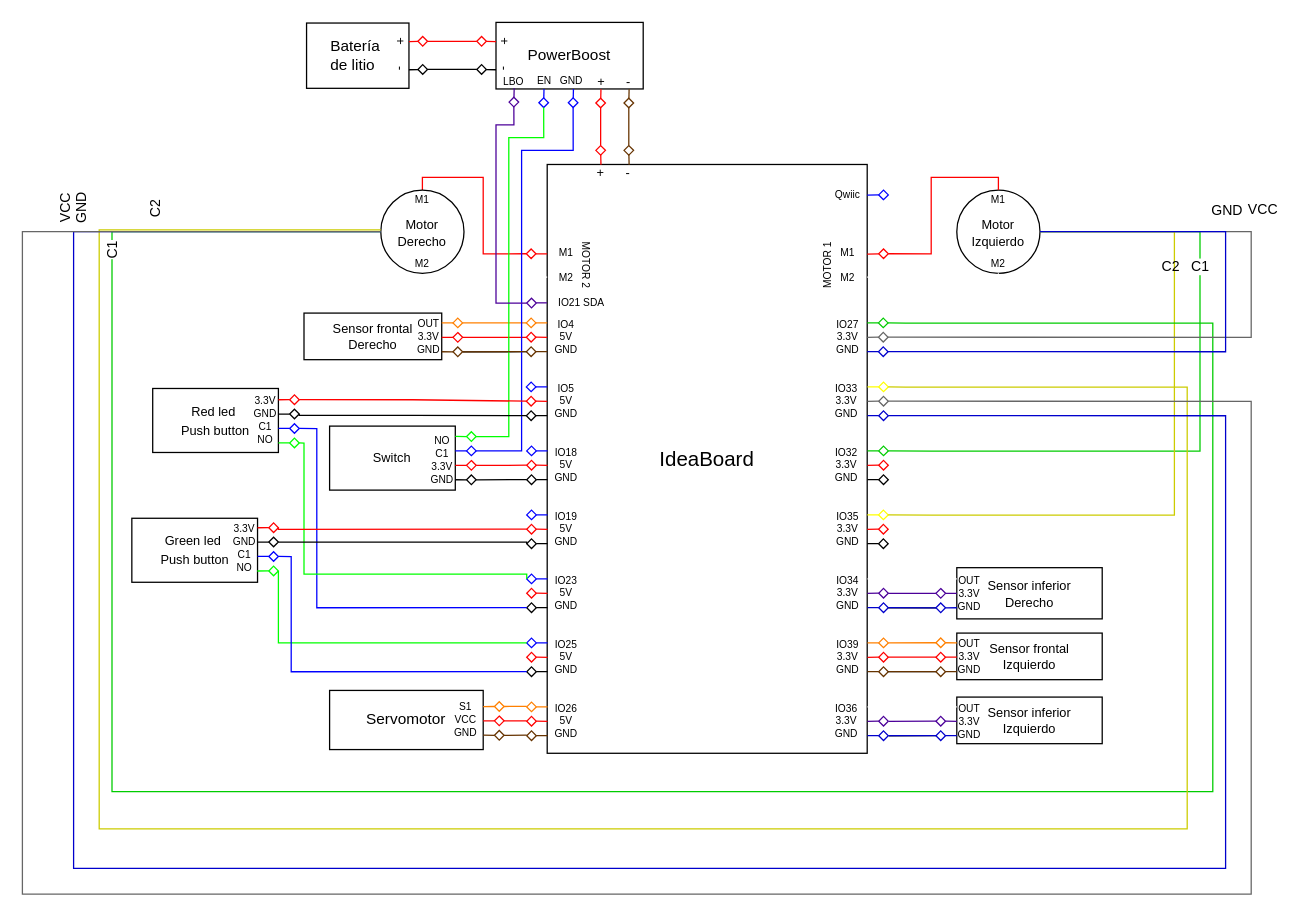
jcbrenes/Atta-Bot-STEM keeps this draw.io diagram as Docs/Diagrama_electrico_PFG.drawio.xml. Above is the earlier version. Source tidied: cells renumbered, new cells numbered last; positions are measured from the earlier drawing's top-left corner, leaving out a move shared by most shapes. Both pictures are drawn from the tidied source at 128%, with x=0, y=0 at pixel (22, -4).
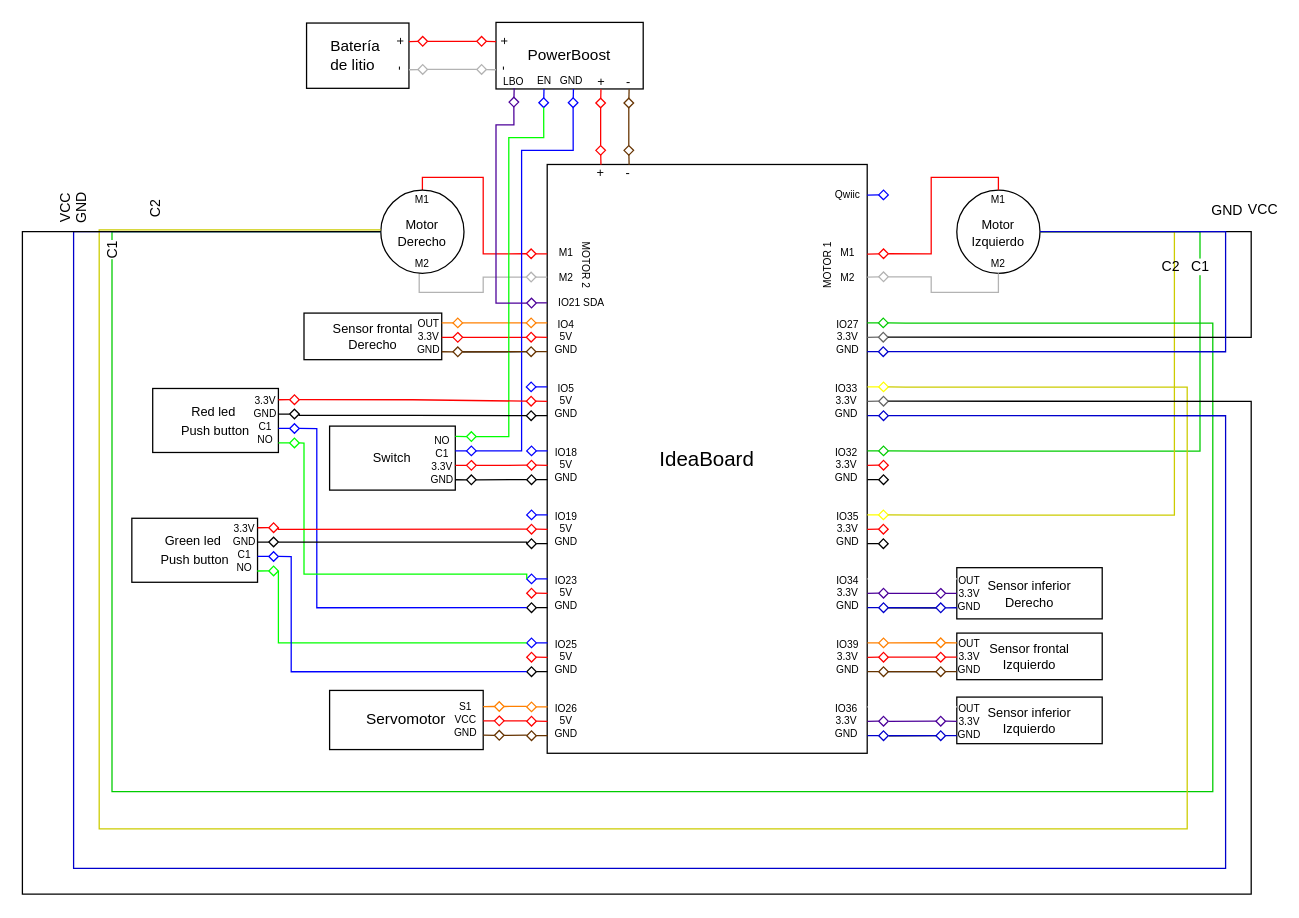
Above is the later version.

Commit message:
Corrección diagrama 3.0

The change refers to these unchanged cells:
```xml
<mxCell id="46" style="group;rotation=90;" parent="1" vertex="1">
  <mxGeometry x="317" width="37.5" height="92.6" as="geometry" />
</mxCell>
<mxCell id="49" style="group;rotation=90;" parent="46" vertex="1">
  <mxGeometry x="18" y="26" width="29.5" height="40" as="geometry" />
</mxCell>
<mxCell id="54" style="group;rotation=90;" parent="46" vertex="1">
  <mxGeometry x="-21" y="37" width="29.5" height="18" as="geometry" />
</mxCell>
<mxCell id="61" style="group;" parent="1" vertex="1">
  <mxGeometry x="660" y="197" width="16.5" height="25.5" as="geometry" />
</mxCell>
<mxCell id="121" style="rhombus;strokeColor=#666666;" parent="118" vertex="1">
  <mxGeometry x="8.8" y="11.2" width="7.5" height="7.5" as="geometry" />
</mxCell>
<mxCell id="128" style="rhombus;strokeColor=#666666;" parent="125" vertex="1">
  <mxGeometry x="8.8" y="11.2" width="7.5" height="7.5" as="geometry" />
</mxCell>
<mxCell id="168" style="group;" parent="1" vertex="1">
  <mxGeometry x="393.7" y="197" width="16.3" height="25.8" as="geometry" />
</mxCell>
<mxCell id="175" value="&lt;font style=&quot;font-size: 10px;&quot;&gt;Motor&lt;/font&gt;&lt;div style=&quot;font-size: 10px;&quot;&gt;&lt;font style=&quot;font-size: 10px;&quot;&gt;Derecho&lt;/font&gt;&lt;/div&gt;" style="ellipse;whiteSpace=wrap;html=1;" parent="174" vertex="1">
  <mxGeometry width="65" height="65" as="geometry" />
</mxCell>
<mxCell id="178" value="&lt;font style=&quot;font-size: 10px;&quot;&gt;Motor&lt;/font&gt;&lt;div style=&quot;font-size: 10px;&quot;&gt;&lt;font style=&quot;font-size: 10px;&quot;&gt;Izquierdo&lt;/font&gt;&lt;/div&gt;" style="ellipse;whiteSpace=wrap;html=1;" parent="177" vertex="1">
  <mxGeometry width="65" height="65" as="geometry" />
</mxCell>
```

The edit, as a diff of the source:
```diff
@@
-    <mxCell id="52" style="rhombus;rotation=0;" parent="49" vertex="1">
+    <mxCell id="52" style="rhombus;rotation=0;strokeColor=#B3B3B3;" parent="49" vertex="1">
       <mxGeometry x="20" y="27" width="7.5" height="7.5" as="geometry" />
     </mxCell>
-    <mxCell id="53" style="endArrow=none;html=1;rounded=0;align=center;verticalAlign=bottom;labelBackgroundColor=none;" parent="49" edge="1" source="52">
+    <mxCell id="53" style="endArrow=none;html=1;rounded=0;align=center;verticalAlign=bottom;labelBackgroundColor=none;strokeColor=#B3B3B3;" parent="49" edge="1" source="52">
       <mxGeometry relative="1" as="geometry">
         <mxPoint x="35" y="31" as="targetPoint" />
       </mxGeometry>
     </mxCell>
@@
-    <mxCell id="57" style="rhombus;rotation=0;" parent="54" vertex="1">
+    <mxCell id="57" style="rhombus;rotation=0;strokeColor=#B3B3B3;" parent="54" vertex="1">
       <mxGeometry x="13" y="16" width="7.5" height="7.5" as="geometry" />
     </mxCell>
-    <mxCell id="58" style="endArrow=none;html=1;rounded=0;align=center;verticalAlign=bottom;labelBackgroundColor=none;" parent="54" edge="1" target="57">
+    <mxCell id="58" style="endArrow=none;html=1;rounded=0;align=center;verticalAlign=bottom;labelBackgroundColor=none;strokeColor=#B3B3B3;" parent="54" edge="1" target="57">
       <mxGeometry relative="1" as="geometry">
         <mxPoint x="6" y="20" as="sourcePoint" />
       </mxGeometry>
     </mxCell>
@@
-    <mxCell id="60" style="endArrow=none;html=1;rounded=0;align=center;verticalAlign=bottom;labelBackgroundColor=none;exitX=1;exitY=0.5;exitDx=0;exitDy=0;" parent="46" edge="1" source="57" target="52">
+    <mxCell id="60" style="endArrow=none;html=1;rounded=0;align=center;verticalAlign=bottom;labelBackgroundColor=none;exitX=1;exitY=0.5;exitDx=0;exitDy=0;strokeColor=#B3B3B3;" parent="46" edge="1" source="57" target="52">
       <mxGeometry relative="1" as="geometry" />
     </mxCell>
@@
-    <mxCell id="62" style="rhombus;strokeColor=light-dark(#FFFFFF,#FFFFFF);rotation=-180;" parent="61" vertex="1">
+    <mxCell id="62" style="rhombus;strokeColor=#B3B3B3;rotation=-180;" parent="61" vertex="1">
       <mxGeometry x="9" y="18" width="7.5" height="7.5" as="geometry" />
     </mxCell>
-    <mxCell id="63" style="endArrow=none;html=1;rounded=0;align=center;verticalAlign=bottom;labelBackgroundColor=none;strokeColor=light-dark(#FFFFFF,#FFFFFF);" parent="61" edge="1" source="62">
+    <mxCell id="63" style="endArrow=none;html=1;rounded=0;align=center;verticalAlign=bottom;labelBackgroundColor=none;strokeColor=#B3B3B3;" parent="61" edge="1" source="62">
       <mxGeometry relative="1" as="geometry">
         <mxPoint y="22" as="targetPoint" />
       </mxGeometry>
     </mxCell>
@@
-    <mxCell id="167" style="edgeStyle=orthogonalEdgeStyle;rounded=0;jettySize=auto;html=1;entryX=0;entryY=0.5;entryDx=0;entryDy=0;endArrow=none;endFill=0;strokeColor=light-dark(#FFFFFF,#FFFFFF);exitX=0.5;exitY=1;exitDx=0;exitDy=0;" parent="1" edge="1" source="175" target="171">
+    <mxCell id="167" style="edgeStyle=orthogonalEdgeStyle;rounded=0;jettySize=auto;html=1;entryX=0;entryY=0.5;entryDx=0;entryDy=0;endArrow=none;endFill=0;strokeColor=#B3B3B3;exitX=0.5;exitY=1;exitDx=0;exitDy=0;" parent="1" edge="1" source="175" target="171">
       <mxGeometry relative="1" as="geometry">
         <Array as="points">
           <mxPoint x="310" y="216" />
           <mxPoint x="310" y="231" />
           <mxPoint x="360" y="231" />
           <mxPoint x="360" y="219" />
         </Array>
       </mxGeometry>
     </mxCell>
@@
-    <mxCell id="171" style="rhombus;strokeColor=light-dark(#FFFFFF,#FFFFFF);" parent="168" vertex="1">
+    <mxCell id="171" style="rhombus;strokeColor=#B3B3B3;" parent="168" vertex="1">
       <mxGeometry y="18.2" width="7.5" height="7.5" as="geometry" />
     </mxCell>
-    <mxCell id="172" style="endArrow=none;html=1;rounded=0;align=center;verticalAlign=bottom;labelBackgroundColor=none;strokeColor=light-dark(#FFFFFF,#FFFFFF);" parent="168" edge="1" source="171">
+    <mxCell id="172" style="endArrow=none;html=1;rounded=0;align=center;verticalAlign=bottom;labelBackgroundColor=none;strokeColor=#B3B3B3;" parent="168" edge="1" source="171">
       <mxGeometry relative="1" as="geometry">
         <mxPoint x="16.3" y="22" as="targetPoint" />
       </mxGeometry>
     </mxCell>
@@
-    <mxCell id="181" style="edgeStyle=orthogonalEdgeStyle;rounded=0;jettySize=auto;html=1;exitX=0;exitY=0.5;exitDx=0;exitDy=0;entryX=0.5;entryY=1;entryDx=0;entryDy=0;endArrow=none;endFill=0;strokeColor=light-dark(#FFFFFF,#FFFFFF);" parent="1" edge="1" source="62" target="178">
+    <mxCell id="181" style="edgeStyle=orthogonalEdgeStyle;rounded=0;jettySize=auto;html=1;exitX=0;exitY=0.5;exitDx=0;exitDy=0;entryX=0.5;entryY=1;entryDx=0;entryDy=0;endArrow=none;endFill=0;strokeColor=#B3B3B3;" parent="1" edge="1" source="62" target="178">
       <mxGeometry relative="1" as="geometry">
         <Array as="points">
           <mxPoint x="710" y="219" />
           <mxPoint x="710" y="231" />
           <mxPoint x="763" y="231" />
         </Array>
       </mxGeometry>
     </mxCell>
@@
-    <mxCell id="194" style="edgeStyle=orthogonalEdgeStyle;rounded=0;jettySize=auto;html=1;exitX=1;exitY=0.5;exitDx=0;exitDy=0;entryX=1;entryY=0.5;entryDx=0;entryDy=0;strokeColor=#666666;endArrow=none;endFill=0;" parent="1" edge="1" source="178" target="121">
+    <mxCell id="194" style="edgeStyle=orthogonalEdgeStyle;rounded=0;jettySize=auto;html=1;exitX=1;exitY=0.5;exitDx=0;exitDy=0;entryX=1;entryY=0.5;entryDx=0;entryDy=0;strokeColor=#000000;endArrow=none;endFill=0;" parent="1" edge="1" source="178" target="121">
       <mxGeometry relative="1" as="geometry">
         <Array as="points">
           <mxPoint x="960" y="184" />
           <mxPoint x="960" y="266" />
         </Array>
       </mxGeometry>
     </mxCell>
@@
-    <mxCell id="213" style="edgeStyle=orthogonalEdgeStyle;rounded=0;jettySize=auto;html=1;exitX=0;exitY=0.5;exitDx=0;exitDy=0;entryX=1;entryY=0.5;entryDx=0;entryDy=0;strokeColor=#666666;endArrow=none;endFill=0;" parent="1" edge="1" source="175" target="128">
+    <mxCell id="213" style="edgeStyle=orthogonalEdgeStyle;rounded=0;jettySize=auto;html=1;exitX=0;exitY=0.5;exitDx=0;exitDy=0;entryX=1;entryY=0.5;entryDx=0;entryDy=0;strokeColor=#000000;endArrow=none;endFill=0;" parent="1" edge="1" source="175" target="128">
       <mxGeometry relative="1" as="geometry">
         <Array as="points">
           <mxPoint y="184" />
           <mxPoint y="701" />
           <mxPoint x="960" y="701" />
           <mxPoint x="960" y="316" />
         </Array>
       </mxGeometry>
     </mxCell>
```
